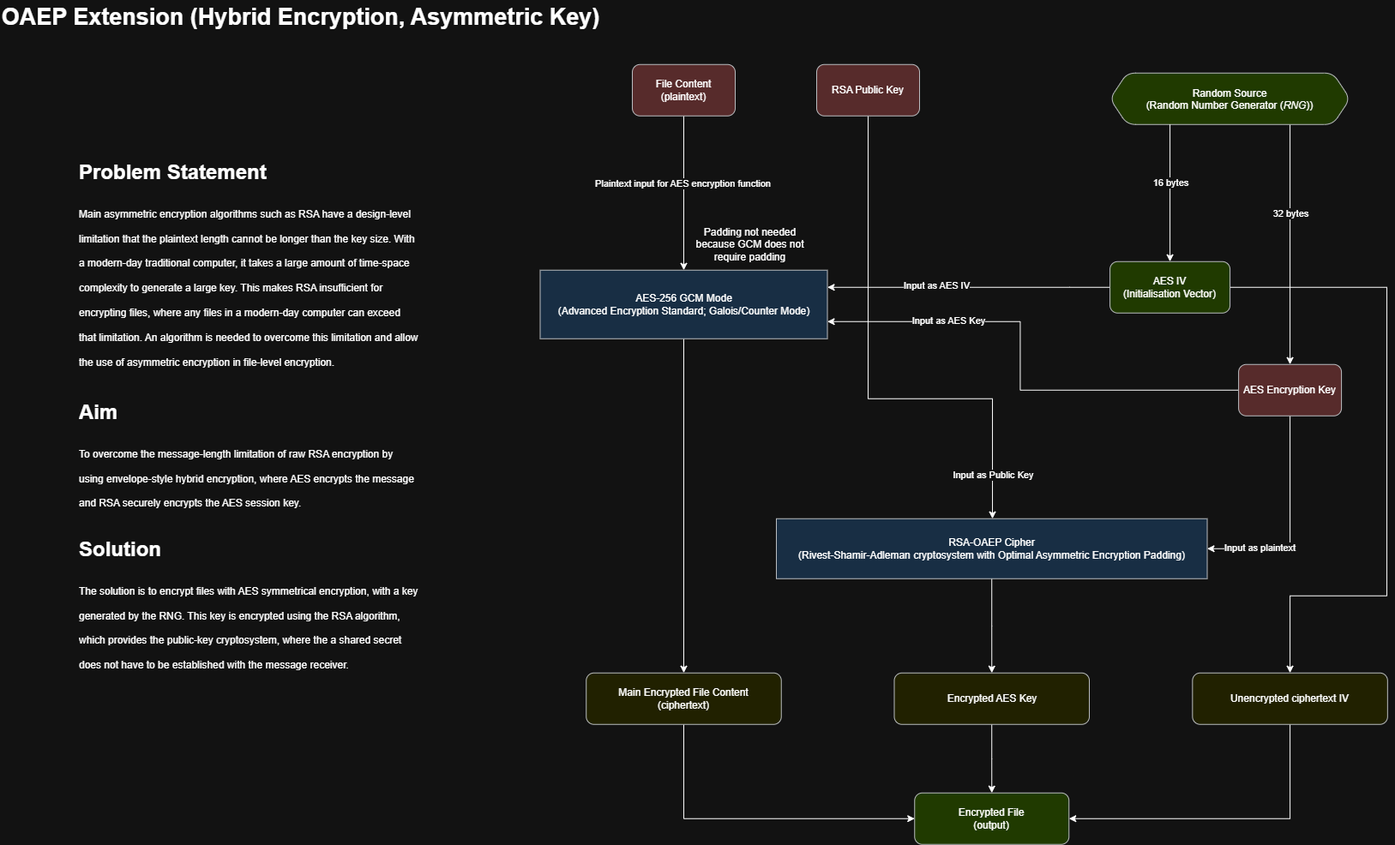
Above: docs/img/oaep_extension.png in maxttkam/ghostbytes (draw.io), before the change. Source tidied: cells renumbered, new cells last; positions are measured from the earlier drawing's top-left corner, leaving out a move shared by most shapes.
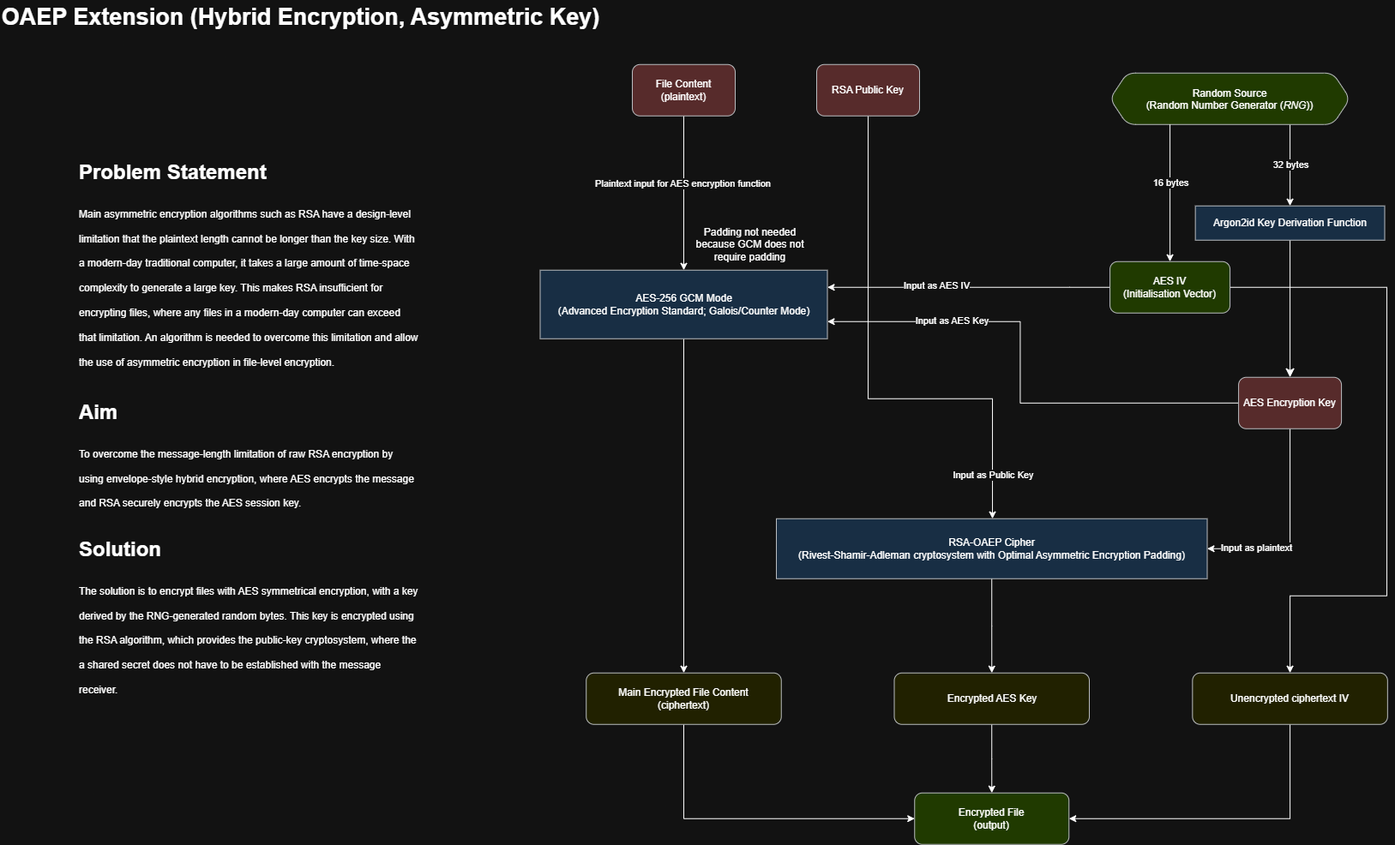
The same file after the commit.

Commit message:
Enhance documentation and update extended OAEP (hybrid) implementation to use Argon2id for key derivation

The edit, as a diff of the source:
```diff
@@ -14,12 +14,12 @@
     <mxCell id="5" value="File Content&lt;div&gt;(plaintext)&lt;/div&gt;" style="rounded=1;whiteSpace=wrap;html=1;fillColor=#ffcccc;strokeColor=#36393d;" parent="1" vertex="1">
       <mxGeometry x="737.5" y="75" width="120" height="60" as="geometry" />
     </mxCell>
-    <mxCell id="6" style="edgeStyle=orthogonalEdgeStyle;rounded=0;jettySize=auto;html=1;entryX=0.5;entryY=0;entryDx=0;entryDy=0;exitX=0.75;exitY=1;exitDx=0;exitDy=0;" parent="1" edge="1" source="8" target="13">
+    <mxCell id="6" style="edgeStyle=orthogonalEdgeStyle;rounded=0;jettySize=auto;html=1;exitX=0.75;exitY=1;exitDx=0;exitDy=0;entryX=0.5;entryY=0;entryDx=0;entryDy=0;" parent="1" edge="1" source="8" target="39">
       <mxGeometry relative="1" as="geometry" />
     </mxCell>
     <mxCell id="7" value="32 bytes" style="edgeLabel;html=1;align=center;verticalAlign=middle;" parent="6" vertex="1">
       <mxGeometry x="-0.4" y="-2" relative="1" as="geometry">
-        <mxPoint x="2" y="20" as="offset" />
+        <mxPoint x="2" y="19" as="offset" />
       </mxGeometry>
     </mxCell>
     <mxCell id="8" value="Random Source&lt;div&gt;(Random Number Generator (&lt;i&gt;RNG&lt;/i&gt;))&lt;/div&gt;" style="rounded=1;whiteSpace=wrap;html=1;fillColor=#cdeb8b;strokeColor=#36393d;shape=hexagon;shapeInside=1;fixedSize=1;perimeter=hexagonPerimeter2;" parent="1" vertex="1">
@@ -28,8 +28,8 @@
     <mxCell id="9" style="edgeStyle=orthogonalEdgeStyle;rounded=0;jettySize=auto;html=1;entryX=1;entryY=0.75;entryDx=0;entryDy=0;exitX=0;exitY=0.5;exitDx=0;exitDy=0;" parent="1" edge="1" source="13" target="21">
       <mxGeometry relative="1" as="geometry">
         <Array as="points">
-          <mxPoint x="1190" y="455.1" />
-          <mxPoint x="1190" y="375.1" />
+          <mxPoint x="1189.9" y="470.1" />
+          <mxPoint x="1189.9" y="375" />
         </Array>
       </mxGeometry>
     </mxCell>
@@ -49,7 +49,7 @@
       <mxGeometry x="0.52" y="-1" relative="1" as="geometry" />
     </mxCell>
     <mxCell id="13" value="AES Encryption Key" style="rounded=1;whiteSpace=wrap;html=1;fillColor=#ffcccc;strokeColor=#36393d;" parent="1" vertex="1">
-      <mxGeometry x="1444.6" y="425" width="120" height="60" as="geometry" />
+      <mxGeometry x="1444.6" y="440" width="120" height="60" as="geometry" />
     </mxCell>
     <mxCell id="14" style="edgeStyle=orthogonalEdgeStyle;rounded=0;jettySize=auto;html=1;entryX=0.5;entryY=0;entryDx=0;entryDy=0;exitX=0.25;exitY=1;exitDx=0;exitDy=0;" parent="1" edge="1" source="8" target="19">
       <mxGeometry relative="1" as="geometry" />
@@ -145,8 +145,14 @@
     <mxCell id="36" value="&lt;h1 style=&quot;margin-top: 0px;&quot;&gt;Problem Statement&lt;/h1&gt;&lt;h1 style=&quot;margin-top: 0px;&quot;&gt;&lt;span style=&quot;font-size: 12px; font-weight: 400;&quot;&gt;Main asymmetric encryption algorithms such as RSA have a design-level limitation that the plaintext length cannot be longer than the key size. With a modern-day traditional computer, it takes a large amount of time-space complexity to generate a large key. This makes RSA insufficient for encrypting files, where any files in a modern-day computer can exceed that limitation. An algorithm is needed to overcome this limitation and allow the use of asymmetric encryption in file-level encryption.&lt;/span&gt;&lt;/h1&gt;" style="text;html=1;whiteSpace=wrap;overflow=hidden;rounded=0;" parent="1" vertex="1">
       <mxGeometry x="90" y="180" width="400" height="260" as="geometry" />
     </mxCell>
-    <mxCell id="37" value="&lt;h1 style=&quot;margin-top: 0px;&quot;&gt;&lt;span style=&quot;background-color: transparent; color: light-dark(rgb(0, 0, 0), rgb(255, 255, 255));&quot;&gt;Solution&lt;/span&gt;&lt;/h1&gt;&lt;h1 style=&quot;margin-top: 0px;&quot;&gt;&lt;span style=&quot;font-size: 12px; font-weight: 400; background-color: transparent; color: light-dark(rgb(0, 0, 0), rgb(255, 255, 255));&quot;&gt;The solution is to encrypt files with AES symmetrical encryption, with a key generated by the RNG. This key is encrypted using the RSA algorithm, which provides the public-key cryptosystem, where the a shared secret does not have to be established with the message receiver.&lt;/span&gt;&lt;/h1&gt;" style="text;html=1;whiteSpace=wrap;overflow=hidden;rounded=0;" parent="1" vertex="1">
+    <mxCell id="37" value="&lt;h1 style=&quot;margin-top: 0px;&quot;&gt;&lt;span style=&quot;background-color: transparent; color: light-dark(rgb(0, 0, 0), rgb(255, 255, 255));&quot;&gt;Solution&lt;/span&gt;&lt;/h1&gt;&lt;h1 style=&quot;margin-top: 0px;&quot;&gt;&lt;span style=&quot;font-size: 12px; font-weight: 400; background-color: transparent; color: light-dark(rgb(0, 0, 0), rgb(255, 255, 255));&quot;&gt;The solution is to encrypt files with AES symmetrical encryption, with a key derived by the RNG-generated random bytes. This key is encrypted using the RSA algorithm, which provides the public-key cryptosystem, where the a shared secret does not have to be established with the message receiver.&lt;/span&gt;&lt;/h1&gt;" style="text;html=1;whiteSpace=wrap;overflow=hidden;rounded=0;" parent="1" vertex="1">
       <mxGeometry x="90" y="620" width="400" height="230" as="geometry" />
     </mxCell>
+    <mxCell id="38" style="edgeStyle=none;curved=1;rounded=0;jettySize=auto;html=1;entryX=0.5;entryY=0;entryDx=0;entryDy=0;fontSize=12;startSize=8;endSize=8;" parent="1" edge="1" source="39" target="13">
+      <mxGeometry relative="1" as="geometry" />
+    </mxCell>
+    <mxCell id="39" value="Argon2id Key Derivation Function" style="rounded=0;whiteSpace=wrap;html=1;fillColor=#cce5ff;strokeColor=#36393d;" parent="1" vertex="1">
+      <mxGeometry x="1394.2" y="240" width="220.8" height="40" as="geometry" />
+    </mxCell>
   </root>
 </mxGraphModel>
```
